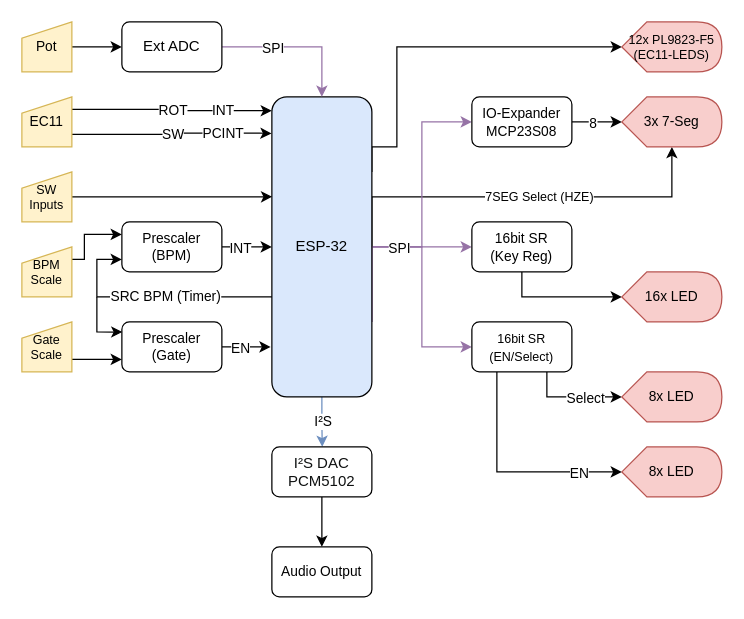
Earlier version of the draw.io diagram docu/v2/BSB_Sequencer_I2S.drawio (s-grundner/HWEP-Sequencer). Source tidied: cells renumbered, new cells numbered last; positions are measured from the earlier drawing's top-left corner, leaving out a move shared by most shapes. Both pictures are drawn from the tidied source at 125%, with x=0, y=0 at pixel (21, 21).
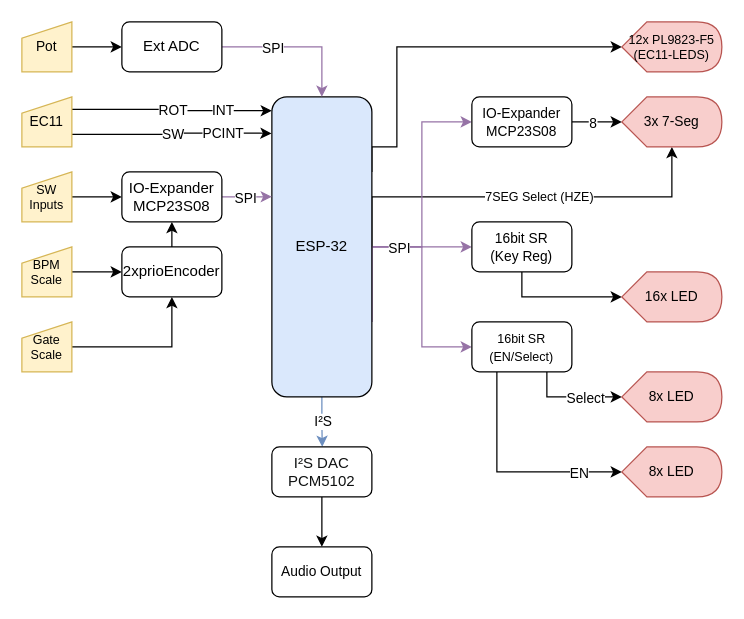
After the change.

Unchanged cells that the change refers to:
```xml
<mxCell id="11" value="ESP-32" style="rounded=1;whiteSpace=wrap;html=1;fillColor=#dae8fc;strokeColor=default;gradientColor=none;glass=0;sketch=0;shadow=0;" parent="1" vertex="1">
  <mxGeometry x="200" y="60" width="80" height="240" as="geometry" />
</mxCell>
<mxCell id="33" value="Gate&lt;br&gt;Scale" style="shape=manualInput;whiteSpace=wrap;html=1;fontSize=10;size=13;fillColor=#fff2cc;strokeColor=#d6b656;" parent="1" vertex="1">
  <mxGeometry y="240" width="40" height="40" as="geometry" />
</mxCell>
<mxCell id="35" value="BPM&lt;br&gt;Scale" style="shape=manualInput;whiteSpace=wrap;html=1;fontSize=10;size=13;fillColor=#fff2cc;strokeColor=#d6b656;" parent="1" vertex="1">
  <mxGeometry y="180" width="40" height="40" as="geometry" />
</mxCell>
<mxCell id="46" value="SW&lt;br&gt;Inputs" style="shape=manualInput;whiteSpace=wrap;html=1;fontSize=10;size=13;fillColor=#fff2cc;strokeColor=#d6b656;" parent="1" vertex="1">
  <mxGeometry y="120" width="40" height="40" as="geometry" />
</mxCell>
```

Change to the diagram source:
```diff
@@
-    <mxCell id="18" style="edgeStyle=orthogonalEdgeStyle;rounded=0;jettySize=auto;html=1;exitX=1;exitY=0.5;exitDx=0;exitDy=0;" parent="1" edge="1" source="20">
-      <mxGeometry relative="1" as="geometry">
-        <mxPoint x="200" y="180" as="targetPoint" />
-        <Array as="points">
-          <mxPoint x="200" y="180" />
-        </Array>
-      </mxGeometry>
-    </mxCell>
-    <mxCell id="19" value="INT" style="edgeLabel;html=1;align=center;verticalAlign=middle;" parent="18" vertex="1">
-      <mxGeometry x="-0.29" relative="1" as="geometry" />
-    </mxCell>
-    <mxCell id="20" value="&lt;font style=&quot;font-size: 11px&quot;&gt;Prescaler (BPM)&lt;/font&gt;" style="rounded=1;whiteSpace=wrap;html=1;fontSize=10;" parent="1" vertex="1">
-      <mxGeometry x="80" y="160" width="80" height="40" as="geometry" />
-    </mxCell>
-    <mxCell id="21" style="edgeStyle=orthogonalEdgeStyle;rounded=0;jettySize=auto;html=1;exitX=1;exitY=0.5;exitDx=0;exitDy=0;entryX=-0.012;entryY=0.832;entryDx=0;entryDy=0;entryPerimeter=0;fontFamily=Helvetica;fontSize=11;" parent="1" edge="1" source="23" target="11">
-      <mxGeometry relative="1" as="geometry" />
-    </mxCell>
-    <mxCell id="22" value="EN" style="edgeLabel;html=1;align=center;verticalAlign=middle;fontSize=11;fontFamily=Helvetica;" parent="21" vertex="1">
-      <mxGeometry x="-0.3" y="-1" relative="1" as="geometry">
-        <mxPoint y="-1" as="offset" />
-      </mxGeometry>
-    </mxCell>
-    <mxCell id="23" value="&lt;font style=&quot;font-size: 11px&quot;&gt;Prescaler (Gate)&lt;/font&gt;" style="rounded=1;whiteSpace=wrap;html=1;fontSize=10;" parent="1" vertex="1">
-      <mxGeometry x="80" y="240" width="80" height="40" as="geometry" />
-    </mxCell>
@@
-    <mxCell id="32" style="edgeStyle=orthogonalEdgeStyle;rounded=0;jettySize=auto;html=1;exitX=1;exitY=0.75;exitDx=0;exitDy=0;entryX=0;entryY=0.75;entryDx=0;entryDy=0;fontFamily=Helvetica;fontSize=11;" parent="1" edge="1" source="33" target="23">
-      <mxGeometry relative="1" as="geometry" />
-    </mxCell>
+    <mxCell id="57" style="edgeStyle=orthogonalEdgeStyle;rounded=0;jettySize=auto;html=1;exitX=1;exitY=0.5;exitDx=0;exitDy=0;entryX=0.5;entryY=1;entryDx=0;entryDy=0;" parent="1" edge="1" source="33" target="61">
+      <mxGeometry relative="1" as="geometry" />
+    </mxCell>
@@
-    <mxCell id="34" style="edgeStyle=orthogonalEdgeStyle;rounded=0;jettySize=auto;html=1;exitX=1;exitY=0.25;exitDx=0;exitDy=0;fontFamily=Helvetica;fontSize=11;entryX=0;entryY=0.25;entryDx=0;entryDy=0;" parent="1" edge="1" source="35" target="20">
-      <mxGeometry relative="1" as="geometry">
-        <Array as="points">
-          <mxPoint x="50" y="190" />
-          <mxPoint x="50" y="170" />
-        </Array>
-      </mxGeometry>
-    </mxCell>
+    <mxCell id="58" style="edgeStyle=orthogonalEdgeStyle;rounded=0;jettySize=auto;html=1;entryX=0;entryY=0.5;entryDx=0;entryDy=0;" parent="1" edge="1" source="35" target="61">
+      <mxGeometry relative="1" as="geometry" />
+    </mxCell>
@@
-    <mxCell id="45" style="edgeStyle=orthogonalEdgeStyle;rounded=0;jettySize=auto;html=1;exitX=1;exitY=0.5;exitDx=0;exitDy=0;entryX=0.003;entryY=0.333;entryDx=0;entryDy=0;entryPerimeter=0;" parent="1" edge="1" source="46" target="11">
-      <mxGeometry relative="1" as="geometry">
-        <Array as="points">
-          <mxPoint x="190" y="140" />
-          <mxPoint x="190" y="140" />
-        </Array>
-      </mxGeometry>
-    </mxCell>
+    <mxCell id="59" style="edgeStyle=orthogonalEdgeStyle;rounded=0;jettySize=auto;html=1;exitX=1;exitY=0.5;exitDx=0;exitDy=0;entryX=0;entryY=0.5;entryDx=0;entryDy=0;" parent="1" edge="1" source="46" target="63">
+      <mxGeometry relative="1" as="geometry" />
+    </mxCell>
@@
-    <mxCell id="48" style="endArrow=classic;html=1;rounded=0;entryX=0;entryY=0.75;entryDx=0;entryDy=0;" parent="1" edge="1" target="20">
-      <mxGeometry relative="1" as="geometry">
-        <mxPoint x="200" y="220" as="sourcePoint" />
-        <Array as="points">
-          <mxPoint x="60" y="220" />
-          <mxPoint x="60" y="190" />
-        </Array>
-      </mxGeometry>
-    </mxCell>
-    <mxCell id="49" value="SRC BPM (Timer)" style="edgeLabel;html=1;align=center;verticalAlign=middle;" parent="48" vertex="1">
-      <mxGeometry x="-0.09" y="-1" relative="1" as="geometry" />
-    </mxCell>
-    <mxCell id="50" style="endArrow=classic;html=1;rounded=0;entryX=0.005;entryY=0.204;entryDx=0;entryDy=0;entryPerimeter=0;" parent="1" edge="1" target="23">
-      <mxGeometry relative="1" as="geometry">
-        <mxPoint x="60" y="220" as="sourcePoint" />
-        <Array as="points">
-          <mxPoint x="60" y="248" />
-        </Array>
-      </mxGeometry>
-    </mxCell>
@@
+    <mxCell id="60" style="edgeStyle=orthogonalEdgeStyle;rounded=0;jettySize=auto;html=1;exitX=0.5;exitY=0;exitDx=0;exitDy=0;entryX=0.5;entryY=1;entryDx=0;entryDy=0;" parent="1" edge="1" source="61" target="63">
+      <mxGeometry relative="1" as="geometry" />
+    </mxCell>
+    <mxCell id="61" value="2xprioEncoder" style="rounded=1;whiteSpace=wrap;html=1;" parent="1" vertex="1">
+      <mxGeometry x="80" y="180" width="80" height="40" as="geometry" />
+    </mxCell>
+    <mxCell id="62" style="edgeStyle=orthogonalEdgeStyle;rounded=0;jettySize=auto;html=1;exitX=1;exitY=0.5;exitDx=0;exitDy=0;fillColor=#e1d5e7;strokeColor=#9673a6;" parent="1" edge="1" source="63">
+      <mxGeometry relative="1" as="geometry">
+        <mxPoint x="200" y="139.9" as="targetPoint" />
+      </mxGeometry>
+    </mxCell>
+    <mxCell id="63" value="IO-Expander MCP23S08" style="rounded=1;whiteSpace=wrap;html=1;" parent="1" vertex="1">
+      <mxGeometry x="80" y="120" width="80" height="40" as="geometry" />
+    </mxCell>
+    <mxCell id="64" value="SPI" style="edgeLabel;html=1;align=center;verticalAlign=middle;" parent="1" vertex="1">
+      <mxGeometry x="178" y="140" as="geometry" />
+    </mxCell>
```
